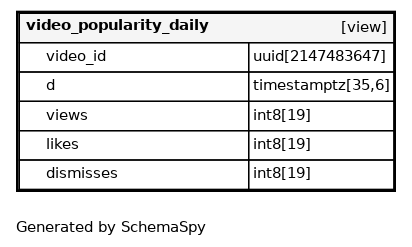
Above: db-docs/diagrams/tables/video_popularity_daily.1degree.png in yotadata/adult_matching (Graphviz), before the change. Its source is kept beside it as db-docs/diagrams/tables/video_popularity_daily.1degree.dot.
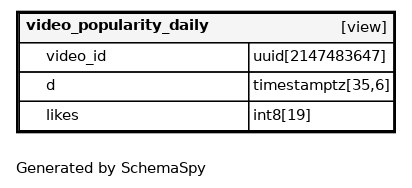
The same file after the commit.

The edit, as a diff of the source:
```diff
@@ -6,9 +6,7 @@
       <TR><TD COLSPAN="4"  BGCOLOR="#f5f5f5"><TABLE BORDER="0" CELLSPACING="0"><TR><TD ALIGN="LEFT" FIXEDSIZE="TRUE" WIDTH="151" HEIGHT="16"><B>video_popularity_daily</B></TD><TD ALIGN="RIGHT">[view]</TD></TR></TABLE></TD></TR>
       <TR><TD PORT="video_id" COLSPAN="2" ALIGN="LEFT"><TABLE BORDER="0" CELLSPACING="0" ALIGN="LEFT"><TR ALIGN="LEFT"><TD ALIGN="LEFT" FIXEDSIZE="TRUE" WIDTH="15" HEIGHT="16"></TD><TD ALIGN="LEFT" FIXEDSIZE="TRUE" WIDTH="151" HEIGHT="16">video_id</TD></TR></TABLE></TD><TD PORT="video_id.type" ALIGN="LEFT">uuid[2147483647]</TD></TR>
       <TR><TD PORT="d" COLSPAN="2" ALIGN="LEFT"><TABLE BORDER="0" CELLSPACING="0" ALIGN="LEFT"><TR ALIGN="LEFT"><TD ALIGN="LEFT" FIXEDSIZE="TRUE" WIDTH="15" HEIGHT="16"></TD><TD ALIGN="LEFT" FIXEDSIZE="TRUE" WIDTH="151" HEIGHT="16">d</TD></TR></TABLE></TD><TD PORT="d.type" ALIGN="LEFT">timestamptz[35,6]</TD></TR>
-      <TR><TD PORT="views" COLSPAN="2" ALIGN="LEFT"><TABLE BORDER="0" CELLSPACING="0" ALIGN="LEFT"><TR ALIGN="LEFT"><TD ALIGN="LEFT" FIXEDSIZE="TRUE" WIDTH="15" HEIGHT="16"></TD><TD ALIGN="LEFT" FIXEDSIZE="TRUE" WIDTH="151" HEIGHT="16">views</TD></TR></TABLE></TD><TD PORT="views.type" ALIGN="LEFT">int8[19]</TD></TR>
       <TR><TD PORT="likes" COLSPAN="2" ALIGN="LEFT"><TABLE BORDER="0" CELLSPACING="0" ALIGN="LEFT"><TR ALIGN="LEFT"><TD ALIGN="LEFT" FIXEDSIZE="TRUE" WIDTH="15" HEIGHT="16"></TD><TD ALIGN="LEFT" FIXEDSIZE="TRUE" WIDTH="151" HEIGHT="16">likes</TD></TR></TABLE></TD><TD PORT="likes.type" ALIGN="LEFT">int8[19]</TD></TR>
-      <TR><TD PORT="dismisses" COLSPAN="2" ALIGN="LEFT"><TABLE BORDER="0" CELLSPACING="0" ALIGN="LEFT"><TR ALIGN="LEFT"><TD ALIGN="LEFT" FIXEDSIZE="TRUE" WIDTH="15" HEIGHT="16"></TD><TD ALIGN="LEFT" FIXEDSIZE="TRUE" WIDTH="151" HEIGHT="16">dismisses</TD></TR></TABLE></TD><TD PORT="dismisses.type" ALIGN="LEFT">int8[19]</TD></TR>
     </TABLE>>
     URL="video_popularity_daily.html"
     target="_top"
```
